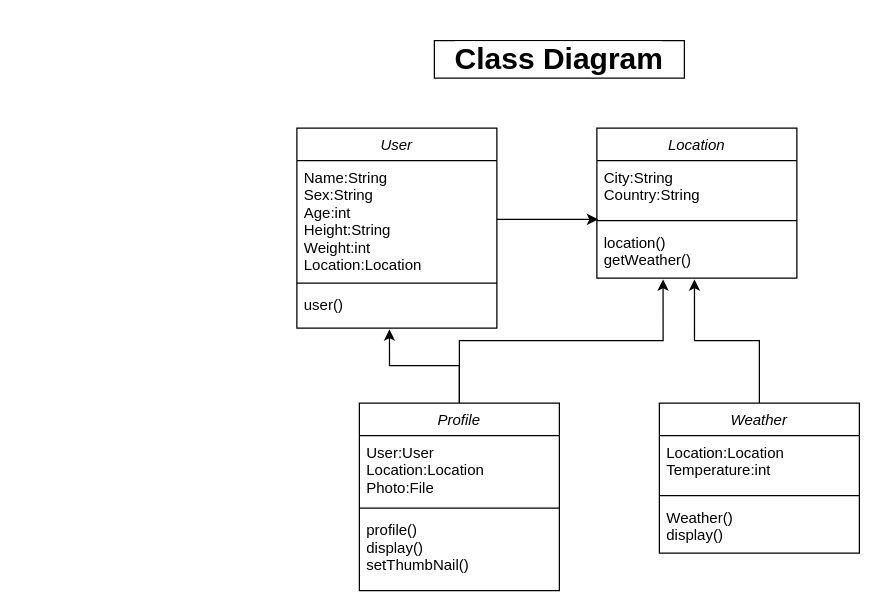
Earlier version of the draw.io diagram ClassDiagramProject1.drawio (austincunliffe/AustinEvanWill). Source tidied: cells renumbered, new cells numbered last; positions are measured from the earlier drawing's top-left corner, leaving out a move shared by most shapes. Both pictures are drawn from the tidied source at 125%, with x=0, y=0 at pixel (296, 40).
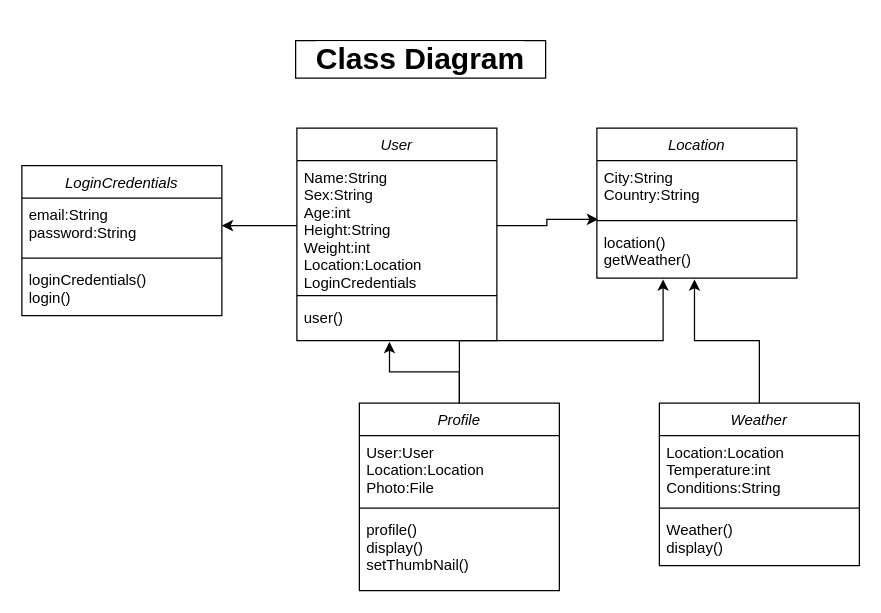
The same diagram, later.

Unchanged cells that the change refers to:
```xml
<mxCell id="15" value="City:String&#10;Country:String&#10;" style="text;align=left;verticalAlign=top;spacingLeft=4;spacingRight=4;overflow=hidden;points=[[0,0.5],[1,0.5]];portConstraint=eastwest;rounded=0;shadow=0;html=0;" parent="14" vertex="1">
  <mxGeometry y="26" width="160" height="44" as="geometry" />
</mxCell>
```

Change to the diagram source:
```diff
@@
     <mxCell id="5" value="&lt;h1&gt;&lt;span style=&quot;background-color: rgb(255 , 255 , 255)&quot;&gt;Class Diagram&lt;/span&gt;&lt;/h1&gt;" style="text;html=1;fillColor=none;align=center;verticalAlign=middle;whiteSpace=wrap;rounded=0;strokeColor=#000000;" parent="1" vertex="1">
-      <mxGeometry x="110" width="200" height="30" as="geometry" />
+      <mxGeometry x="-1" width="200" height="30" as="geometry" />
     </mxCell>
+    <mxCell id="22" style="edgeStyle=orthogonalEdgeStyle;rounded=0;jettySize=auto;html=1;entryX=0.006;entryY=1.068;entryDx=0;entryDy=0;entryPerimeter=0;" parent="1" edge="1" source="19" target="15">
+      <mxGeometry relative="1" as="geometry" />
+    </mxCell>
@@
     <mxCell id="10" value="Weather" style="swimlane;fontStyle=2;align=center;verticalAlign=top;horizontal=1;startSize=26;rounded=0;shadow=0;strokeWidth=1;" parent="1" vertex="1">
-      <mxGeometry x="290" y="290" width="160" height="120" as="geometry" />
+      <mxGeometry x="290" y="290" width="160" height="130" as="geometry" />
     </mxCell>
-    <mxCell id="11" value="Location:Location&#10;Temperature:int" style="text;align=left;verticalAlign=top;spacingLeft=4;spacingRight=4;overflow=hidden;rounded=0;shadow=0;html=0;" parent="10" vertex="1">
-      <mxGeometry y="26" width="160" height="44" as="geometry" />
+    <mxCell id="11" value="Location:Location&#10;Temperature:int&#10;Conditions:String" style="text;align=left;verticalAlign=top;spacingLeft=4;spacingRight=4;overflow=hidden;rounded=0;shadow=0;html=0;" parent="10" vertex="1">
+      <mxGeometry y="26" width="160" height="54" as="geometry" />
     </mxCell>
     <mxCell id="12" style="line;html=1;strokeWidth=1;align=left;verticalAlign=middle;spacingTop=-1;spacingLeft=3;spacingRight=3;labelPosition=right;" parent="10" vertex="1">
-      <mxGeometry y="70" width="160" height="8" as="geometry" />
+      <mxGeometry y="80" width="160" height="8" as="geometry" />
     </mxCell>
     <mxCell id="13" value="Weather()&#10;display()" style="text;align=left;verticalAlign=top;spacingLeft=4;spacingRight=4;overflow=hidden;" parent="10" vertex="1">
-      <mxGeometry y="78" width="160" height="32" as="geometry" />
+      <mxGeometry y="88" width="160" height="42" as="geometry" />
     </mxCell>
@@
     <mxCell id="18" value="User" style="swimlane;fontStyle=2;align=center;verticalAlign=top;horizontal=1;startSize=26;rounded=0;shadow=0;strokeWidth=1;" parent="1" vertex="1">
-      <mxGeometry y="70" width="160" height="160" as="geometry" />
+      <mxGeometry y="70" width="160" height="170" as="geometry" />
     </mxCell>
-    <mxCell id="19" value="Name:String&#10;Sex:String&#10;Age:int&#10;Height:String&#10;Weight:int&#10;Location:Location" style="text;align=left;verticalAlign=top;spacingLeft=4;spacingRight=4;overflow=hidden;points=[[0,0.5],[1,0.5]];portConstraint=eastwest;rounded=0;shadow=0;html=0;" parent="18" vertex="1">
-      <mxGeometry y="26" width="160" height="94" as="geometry" />
+    <mxCell id="19" value="Name:String&#10;Sex:String&#10;Age:int&#10;Height:String&#10;Weight:int&#10;Location:Location&#10;LoginCredentials" style="text;align=left;verticalAlign=top;spacingLeft=4;spacingRight=4;overflow=hidden;points=[[0,0.5],[1,0.5]];portConstraint=eastwest;rounded=0;shadow=0;html=0;" parent="18" vertex="1">
+      <mxGeometry y="26" width="160" height="104" as="geometry" />
     </mxCell>
     <mxCell id="20" style="line;html=1;strokeWidth=1;align=left;verticalAlign=middle;spacingTop=-1;spacingLeft=3;spacingRight=3;labelPosition=right;" parent="18" vertex="1">
-      <mxGeometry y="120" width="160" height="8" as="geometry" />
+      <mxGeometry y="130" width="160" height="8" as="geometry" />
     </mxCell>
     <mxCell id="21" value="user()&#10;" style="text;align=left;verticalAlign=top;spacingLeft=4;spacingRight=4;overflow=hidden;points=[[0,0.5],[1,0.5]];portConstraint=eastwest;" parent="18" vertex="1">
-      <mxGeometry y="128" width="160" height="32" as="geometry" />
+      <mxGeometry y="138" width="160" height="32" as="geometry" />
     </mxCell>
-    <mxCell id="22" style="edgeStyle=orthogonalEdgeStyle;rounded=0;jettySize=auto;html=1;entryX=0.006;entryY=1.068;entryDx=0;entryDy=0;entryPerimeter=0;" parent="1" edge="1" source="19" target="15">
-      <mxGeometry relative="1" as="geometry" />
-    </mxCell>
+    <mxCell id="23" value="LoginCredentials" style="swimlane;fontStyle=2;align=center;verticalAlign=top;horizontal=1;startSize=26;rounded=0;shadow=0;strokeWidth=1;" parent="1" vertex="1">
+      <mxGeometry x="-220" y="100" width="160" height="120" as="geometry" />
+    </mxCell>
+    <mxCell id="24" value="email:String&#10;password:String" style="text;align=left;verticalAlign=top;spacingLeft=4;spacingRight=4;overflow=hidden;points=[[0,0.5],[1,0.5]];portConstraint=eastwest;rounded=0;shadow=0;html=0;" parent="23" vertex="1">
+      <mxGeometry y="26" width="160" height="44" as="geometry" />
+    </mxCell>
+    <mxCell id="25" style="line;html=1;strokeWidth=1;align=left;verticalAlign=middle;spacingTop=-1;spacingLeft=3;spacingRight=3;labelPosition=right;" parent="23" vertex="1">
+      <mxGeometry y="70" width="160" height="8" as="geometry" />
+    </mxCell>
+    <mxCell id="26" value="loginCredentials()&#10;login()" style="text;align=left;verticalAlign=top;spacingLeft=4;spacingRight=4;overflow=hidden;" parent="23" vertex="1">
+      <mxGeometry y="78" width="160" height="42" as="geometry" />
+    </mxCell>
+    <mxCell id="27" style="edgeStyle=orthogonalEdgeStyle;rounded=0;jettySize=auto;html=1;exitX=0;exitY=0.5;exitDx=0;exitDy=0;" parent="1" edge="1" source="19" target="24">
+      <mxGeometry relative="1" as="geometry" />
+    </mxCell>
```
